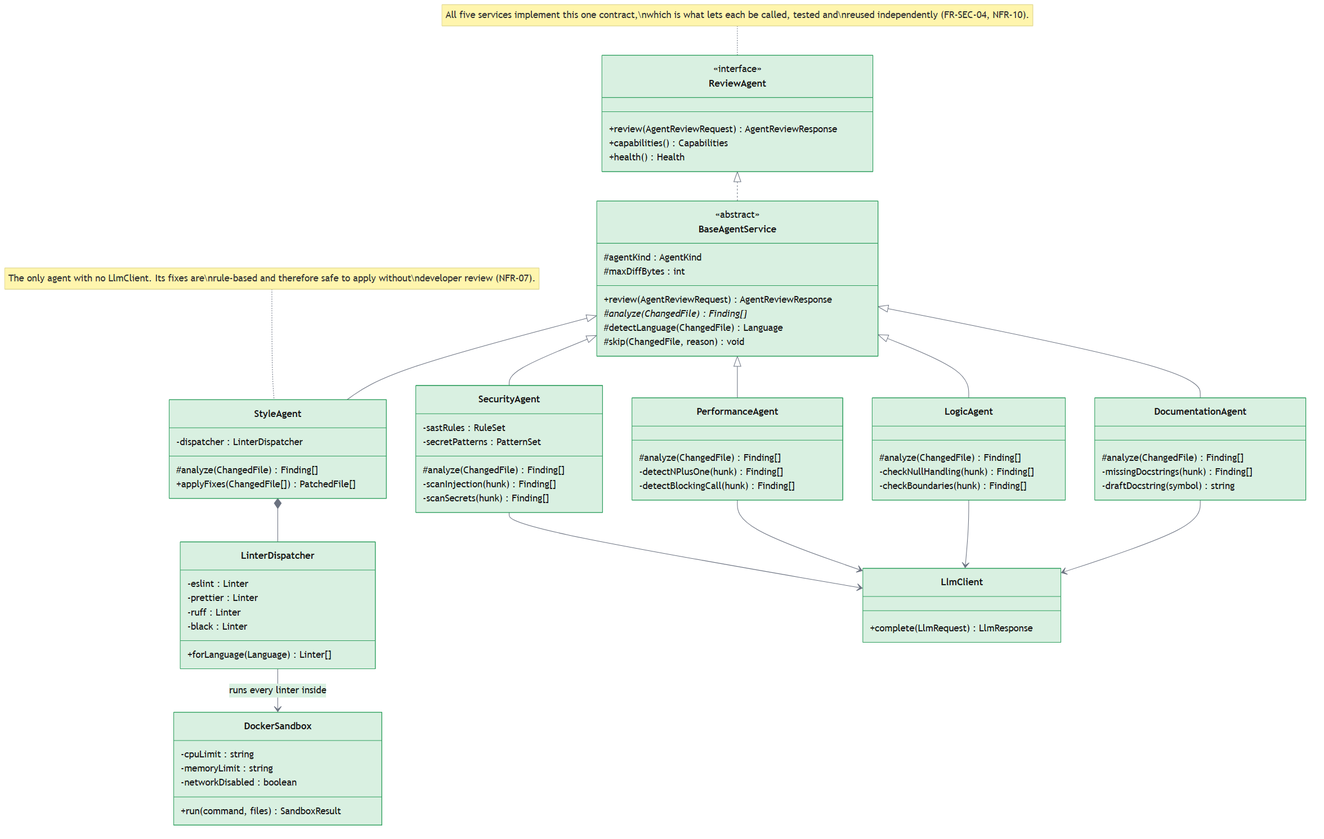
The Mermaid diagram docs/design/diagrams/class_agent.png in sumit-0804/CodeSentinel, before a commit. Its source is kept beside it as docs/design/diagrams/mermaid/class_agent.mmd.
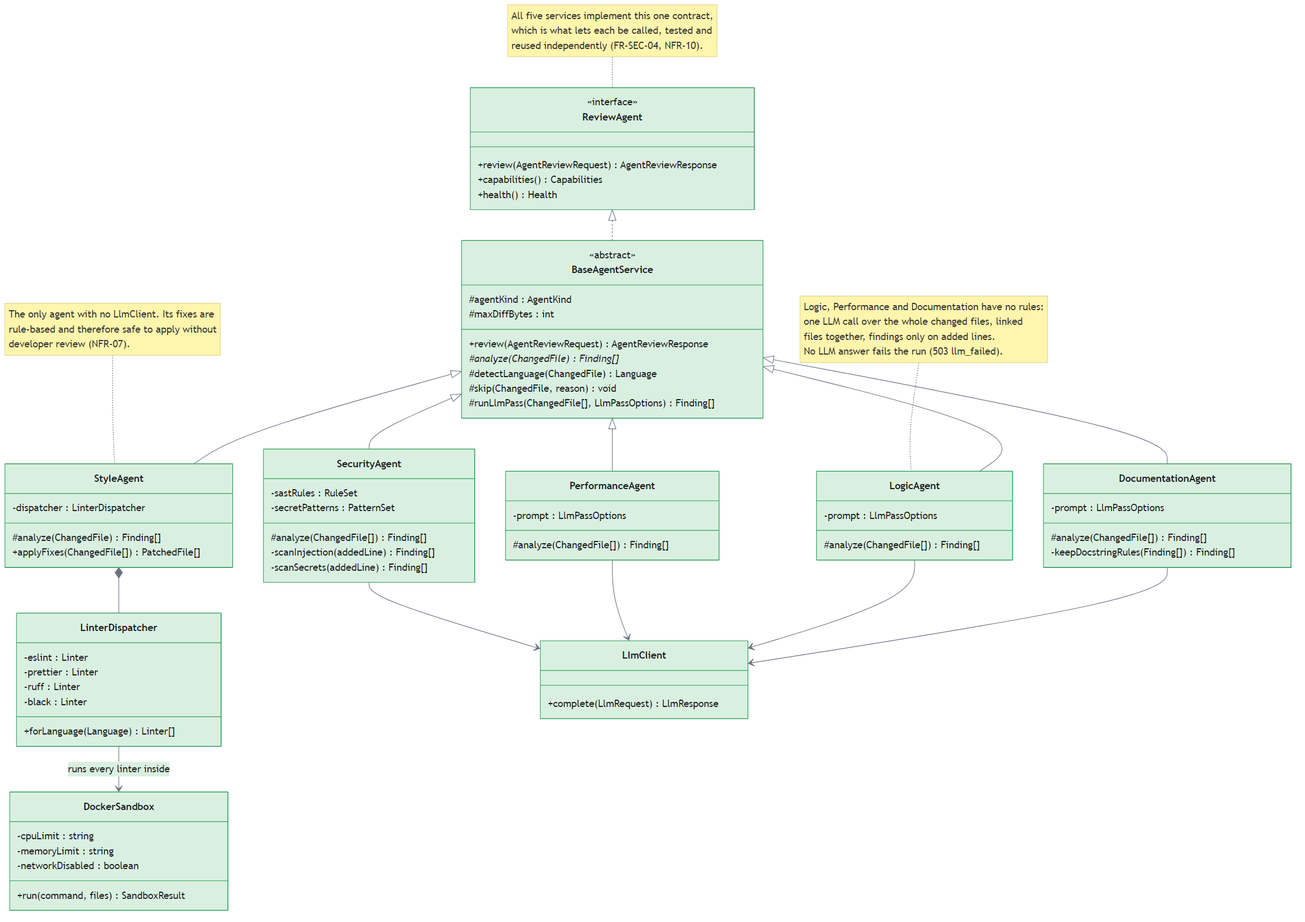
After the commit.

Commit message:
Document whole-file agent reviews

Diff of the diagram source:
```diff
@@ -17,14 +17,15 @@
         #analyze(ChangedFile)* Finding[]
         #detectLanguage(ChangedFile) Language
         #skip(ChangedFile, reason) void
+        #runLlmPass(ChangedFile[], LlmPassOptions) Finding[]
     }
 
     class SecurityAgent {
         -sastRules : RuleSet
         -secretPatterns : PatternSet
-        #analyze(ChangedFile) Finding[]
-        -scanInjection(hunk) Finding[]
-        -scanSecrets(hunk) Finding[]
+        #analyze(ChangedFile[]) Finding[]
+        -scanInjection(addedLine) Finding[]
+        -scanSecrets(addedLine) Finding[]
     }
 
     class StyleAgent {
@@ -34,21 +35,19 @@
     }
 
     class PerformanceAgent {
-        #analyze(ChangedFile) Finding[]
-        -detectNPlusOne(hunk) Finding[]
-        -detectBlockingCall(hunk) Finding[]
+        -prompt : LlmPassOptions
+        #analyze(ChangedFile[]) Finding[]
     }
 
     class LogicAgent {
-        #analyze(ChangedFile) Finding[]
-        -checkNullHandling(hunk) Finding[]
-        -checkBoundaries(hunk) Finding[]
+        -prompt : LlmPassOptions
+        #analyze(ChangedFile[]) Finding[]
     }
 
     class DocumentationAgent {
-        #analyze(ChangedFile) Finding[]
-        -missingDocstrings(hunk) Finding[]
-        -draftDocstring(symbol) string
+        -prompt : LlmPassOptions
+        #analyze(ChangedFile[]) Finding[]
+        -keepDocstringRules(Finding[]) Finding[]
     }
 
     class LinterDispatcher {
@@ -85,5 +84,6 @@
     LogicAgent --> LlmClient
     DocumentationAgent --> LlmClient
 
-    note for ReviewAgent "All five services implement this one contract,\nwhich is what lets each be called, tested and\nreused independently (FR-SEC-04, NFR-10)."
-    note for StyleAgent "The only agent with no LlmClient. Its fixes are\nrule-based and therefore safe to apply without\ndeveloper review (NFR-07)."
+    note for ReviewAgent "All five services implement this one contract,<br/>which is what lets each be called, tested and<br/>reused independently (FR-SEC-04, NFR-10)."
+    note for LogicAgent "Logic, Performance and Documentation have no rules:<br/>one LLM call over the whole changed files, linked<br/>files together, findings only on added lines.<br/>No LLM answer fails the run (503 llm_failed)."
+    note for StyleAgent "The only agent with no LlmClient. Its fixes are<br/>rule-based and therefore safe to apply without<br/>developer review (NFR-07)."
```
